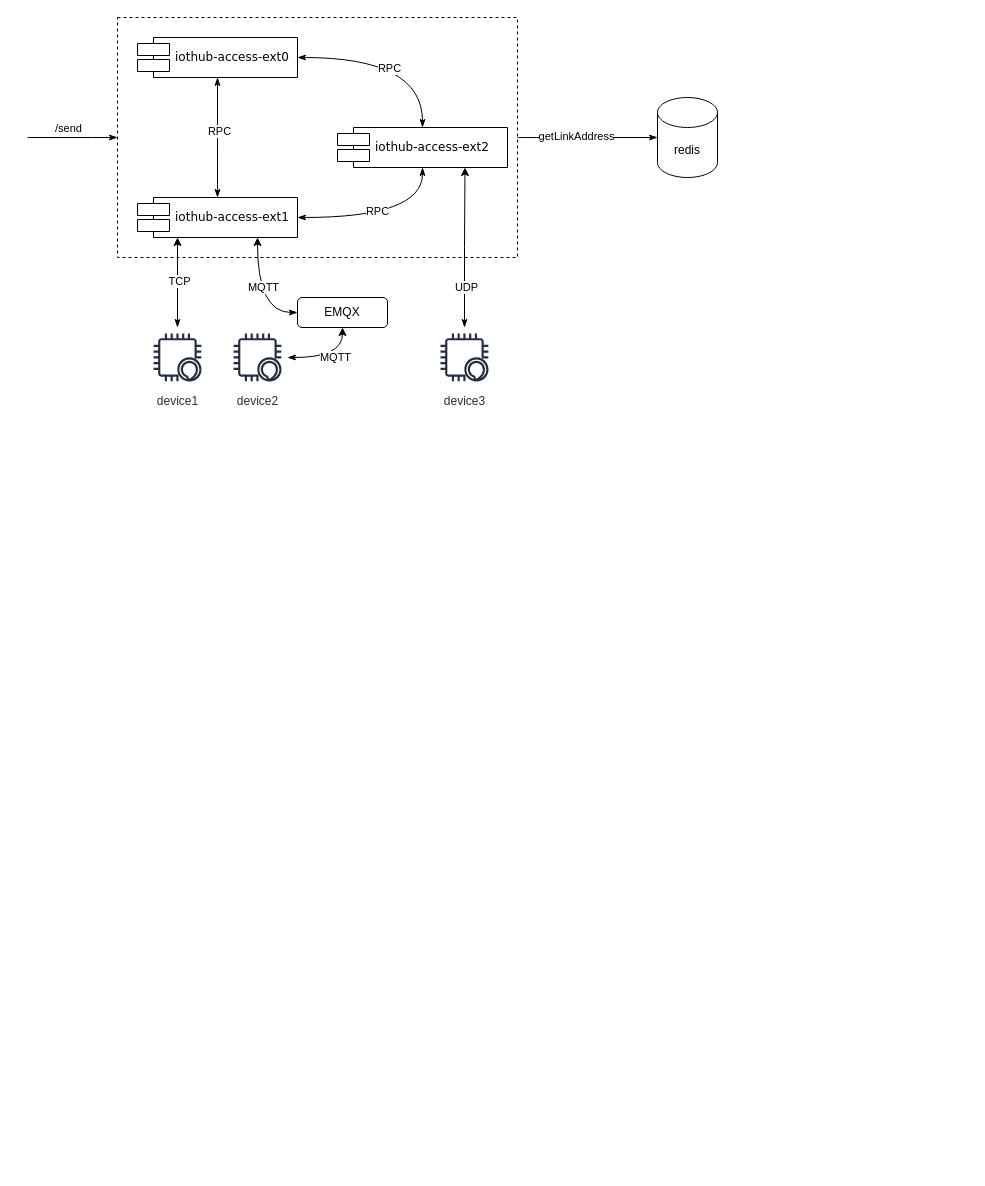
Before: root/三做实/三做实指令下发.drawio in yzzh9/yzzh9, a draw.io diagram. Source tidied: cells renumbered, new cells numbered last; positions are measured from the earlier drawing's top-left corner, leaving out a move shared by most shapes. Both pictures are drawn from the tidied source at 100%, with x=0, y=0 at pixel (27, 17).
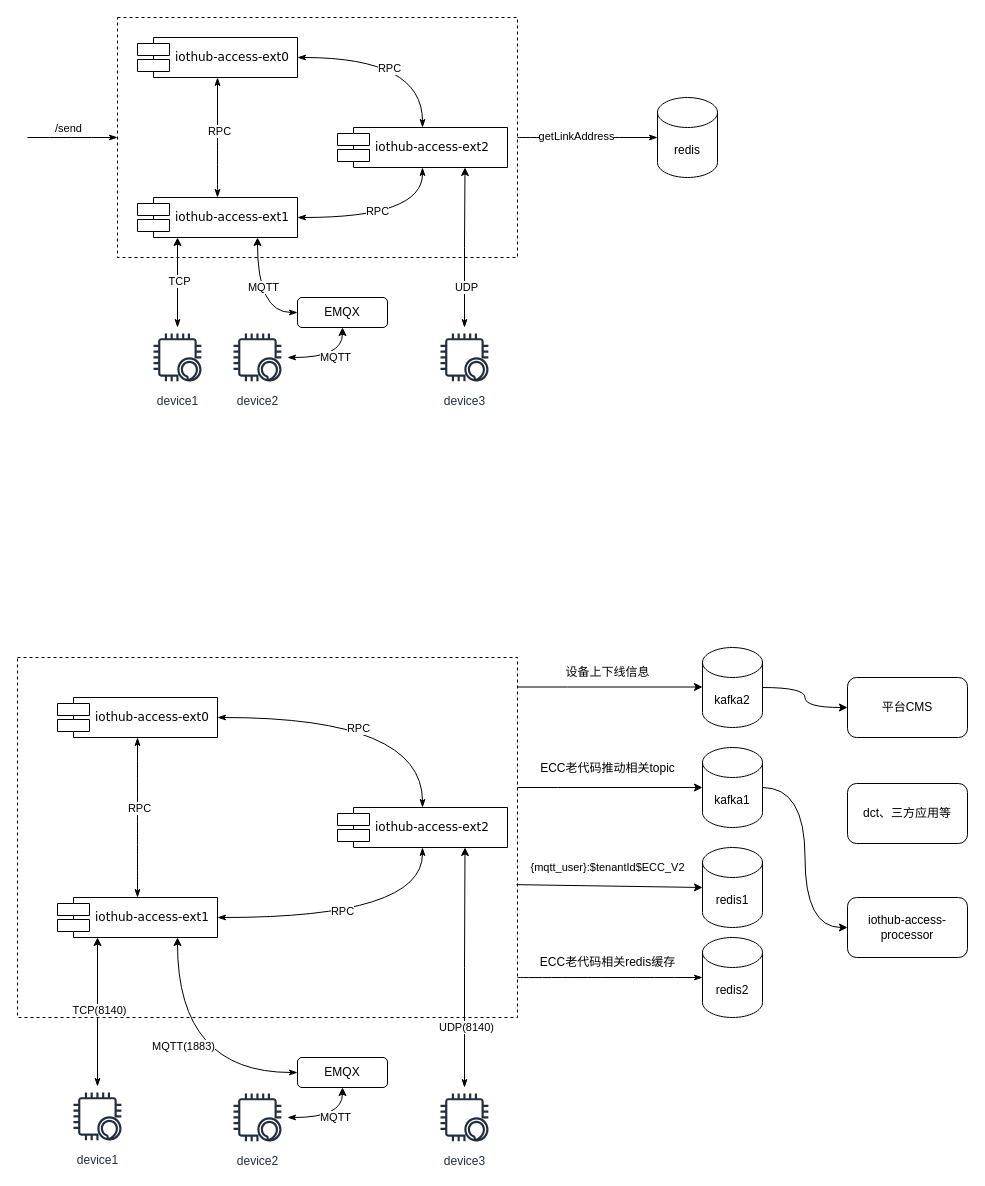
Above is the later version.

Commit message:
更新三做实.drawio

Diff of the diagram source:
```diff
@@
+    <mxCell id="30" style="edgeStyle=orthogonalEdgeStyle;curved=1;rounded=0;jettySize=auto;html=1;entryX=0;entryY=0.5;entryDx=0;entryDy=0;entryPerimeter=0;startArrow=none;startFill=0;endArrow=classicThin;endFill=1;exitX=1;exitY=0.889;exitDx=0;exitDy=0;exitPerimeter=0;" parent="1" edge="1" source="32" target="42">
+      <mxGeometry relative="1" as="geometry" />
+    </mxCell>
+    <mxCell id="31" value="&lt;div style=&quot;&quot;&gt;&lt;pre style=&quot;font-family: &amp;quot;jetbrains mono&amp;quot; , monospace ; font-size: 11.3pt&quot;&gt;&lt;span style=&quot;&quot;&gt;getLinkAddress&lt;/span&gt;&lt;/pre&gt;&lt;/div&gt;" style="edgeLabel;html=1;align=center;verticalAlign=middle;labelBackgroundColor=none;fontColor=none;noLabel=1;" parent="30" vertex="1">
+      <mxGeometry x="-0.2" relative="1" as="geometry" />
+    </mxCell>
+    <mxCell id="32" style="html=1;rounded=0;shadow=0;comic=0;labelBackgroundColor=none;strokeColor=#000000;strokeWidth=1;fillColor=none;fontFamily=Verdana;fontSize=12;fontColor=#000000;align=center;dashed=1;labelPosition=center;verticalLabelPosition=bottom;verticalAlign=top;" parent="1" vertex="1">
+      <mxGeometry x="-10" y="640" width="500" height="360" as="geometry" />
+    </mxCell>
+    <mxCell id="33" value="iothub-access-ext0" style="shape=component;align=left;spacingLeft=36;rounded=0;shadow=0;comic=0;labelBackgroundColor=none;strokeColor=#000000;strokeWidth=1;fillColor=#ffffff;fontFamily=Verdana;fontSize=12;fontColor=#000000;html=1;" parent="1" vertex="1">
+      <mxGeometry x="30" y="680" width="160" height="40" as="geometry" />
+    </mxCell>
+    <mxCell id="34" style="edgeStyle=orthogonalEdgeStyle;rounded=0;jettySize=auto;html=1;startArrow=classicThin;startFill=1;endArrow=classicThin;endFill=1;entryX=0.5;entryY=1;entryDx=0;entryDy=0;curved=1;" parent="1" edge="1" source="38" target="33">
+      <mxGeometry relative="1" as="geometry" />
+    </mxCell>
+    <mxCell id="35" value="RPC" style="edgeLabel;html=1;align=center;verticalAlign=middle;" parent="34" vertex="1">
+      <mxGeometry x="0.12" y="-1" relative="1" as="geometry" />
+    </mxCell>
+    <mxCell id="36" style="edgeStyle=orthogonalEdgeStyle;rounded=0;jettySize=auto;html=1;entryX=0.5;entryY=1;entryDx=0;entryDy=0;startArrow=classicThin;startFill=1;endArrow=classicThin;endFill=1;curved=1;" parent="1" edge="1" source="38" target="41">
+      <mxGeometry relative="1" as="geometry" />
+    </mxCell>
+    <mxCell id="37" value="RPC" style="edgeLabel;html=1;align=center;verticalAlign=middle;" parent="36" vertex="1">
+      <mxGeometry x="-0.1" y="7" relative="1" as="geometry" />
+    </mxCell>
+    <mxCell id="38" value="iothub-access-ext1" style="shape=component;align=left;spacingLeft=36;rounded=0;shadow=0;comic=0;labelBackgroundColor=none;strokeColor=#000000;strokeWidth=1;fillColor=#ffffff;fontFamily=Verdana;fontSize=12;fontColor=#000000;html=1;" parent="1" vertex="1">
+      <mxGeometry x="30" y="880" width="160" height="40" as="geometry" />
+    </mxCell>
+    <mxCell id="39" style="edgeStyle=orthogonalEdgeStyle;rounded=0;jettySize=auto;html=1;entryX=1;entryY=0.5;entryDx=0;entryDy=0;startArrow=classicThin;startFill=1;endArrow=classicThin;endFill=1;exitX=0.5;exitY=0;exitDx=0;exitDy=0;curved=1;" parent="1" edge="1" source="41" target="33">
+      <mxGeometry relative="1" as="geometry" />
+    </mxCell>
+    <mxCell id="40" value="RPC" style="edgeLabel;html=1;align=center;verticalAlign=middle;" parent="39" vertex="1">
+      <mxGeometry x="0.02" y="8" relative="1" as="geometry">
+        <mxPoint x="-5" y="2" as="offset" />
+      </mxGeometry>
+    </mxCell>
+    <mxCell id="41" value="iothub-access-ext2" style="shape=component;align=left;spacingLeft=36;rounded=0;shadow=0;comic=0;labelBackgroundColor=none;strokeColor=#000000;strokeWidth=1;fillColor=#ffffff;fontFamily=Verdana;fontSize=12;fontColor=#000000;html=1;" parent="1" vertex="1">
+      <mxGeometry x="310" y="790" width="170" height="40" as="geometry" />
+    </mxCell>
+    <mxCell id="42" value="redis2" style="shape=cylinder3;whiteSpace=wrap;html=1;boundedLbl=1;backgroundOutline=1;size=15;" parent="1" vertex="1">
+      <mxGeometry x="675" y="920" width="60" height="80" as="geometry" />
+    </mxCell>
+    <mxCell id="43" style="edgeStyle=orthogonalEdgeStyle;rounded=0;jettySize=auto;html=1;entryX=0.25;entryY=1;entryDx=0;entryDy=0;startArrow=classicThin;startFill=1;" parent="1" edge="1" source="45" target="38">
+      <mxGeometry relative="1" as="geometry" />
+    </mxCell>
+    <mxCell id="44" value="TCP(8140)" style="edgeLabel;html=1;align=center;verticalAlign=middle;" parent="43" vertex="1">
+      <mxGeometry x="0.04" y="-1" relative="1" as="geometry" />
+    </mxCell>
+    <mxCell id="45" value="device1" style="sketch=0;outlineConnect=0;fontColor=#232F3E;gradientColor=none;strokeColor=#232F3E;fillColor=#ffffff;dashed=0;verticalLabelPosition=bottom;verticalAlign=top;align=center;html=1;fontSize=12;fontStyle=0;shape=mxgraph.aws4.resourceIcon;resIcon=mxgraph.aws4.alexa_enabled_device;" parent="1" vertex="1">
+      <mxGeometry x="40" y="1069" width="60" height="60" as="geometry" />
+    </mxCell>
+    <mxCell id="46" style="edgeStyle=orthogonalEdgeStyle;rounded=0;jettySize=auto;html=1;entryX=0.5;entryY=1;entryDx=0;entryDy=0;startArrow=classicThin;startFill=1;curved=1;" parent="1" edge="1" source="48" target="54">
+      <mxGeometry relative="1" as="geometry" />
+    </mxCell>
+    <mxCell id="47" value="MQTT" style="edgeLabel;html=1;align=center;verticalAlign=middle;" parent="46" vertex="1">
+      <mxGeometry x="0.11" y="1" relative="1" as="geometry" />
+    </mxCell>
+    <mxCell id="48" value="device2" style="sketch=0;outlineConnect=0;fontColor=#232F3E;gradientColor=none;strokeColor=#232F3E;fillColor=#ffffff;dashed=0;verticalLabelPosition=bottom;verticalAlign=top;align=center;html=1;fontSize=12;fontStyle=0;shape=mxgraph.aws4.resourceIcon;resIcon=mxgraph.aws4.alexa_enabled_device;" parent="1" vertex="1">
+      <mxGeometry x="200" y="1070" width="60" height="60" as="geometry" />
+    </mxCell>
+    <mxCell id="49" style="edgeStyle=orthogonalEdgeStyle;rounded=0;jettySize=auto;html=1;entryX=0.75;entryY=1;entryDx=0;entryDy=0;startArrow=classicThin;startFill=1;" parent="1" edge="1" source="51" target="41">
+      <mxGeometry relative="1" as="geometry" />
+    </mxCell>
+    <mxCell id="50" value="UDP(8140)" style="edgeLabel;html=1;align=center;verticalAlign=middle;" parent="49" vertex="1">
+      <mxGeometry x="-0.49" y="-1" relative="1" as="geometry" />
+    </mxCell>
+    <mxCell id="51" value="device3" style="sketch=0;outlineConnect=0;fontColor=#232F3E;gradientColor=none;strokeColor=#232F3E;fillColor=#ffffff;dashed=0;verticalLabelPosition=bottom;verticalAlign=top;align=center;html=1;fontSize=12;fontStyle=0;shape=mxgraph.aws4.resourceIcon;resIcon=mxgraph.aws4.alexa_enabled_device;" parent="1" vertex="1">
+      <mxGeometry x="407" y="1070" width="60" height="60" as="geometry" />
+    </mxCell>
+    <mxCell id="52" style="edgeStyle=orthogonalEdgeStyle;rounded=0;jettySize=auto;html=1;entryX=0.75;entryY=1;entryDx=0;entryDy=0;exitX=0;exitY=0.5;exitDx=0;exitDy=0;curved=1;startArrow=classicThin;startFill=1;" parent="1" edge="1" source="54" target="38">
+      <mxGeometry relative="1" as="geometry" />
+    </mxCell>
+    <mxCell id="53" value="MQTT(1883)" style="edgeLabel;html=1;align=center;verticalAlign=middle;" parent="52" vertex="1">
+      <mxGeometry x="0.15" y="-5" relative="1" as="geometry" />
+    </mxCell>
+    <mxCell id="54" value="EMQX" style="rounded=1;whiteSpace=wrap;html=1;" parent="1" vertex="1">
+      <mxGeometry x="270" y="1040" width="90" height="30" as="geometry" />
+    </mxCell>
+    <mxCell id="55" value="redis1" style="shape=cylinder3;whiteSpace=wrap;html=1;boundedLbl=1;backgroundOutline=1;size=15;" parent="1" vertex="1">
+      <mxGeometry x="675" y="830" width="60" height="80" as="geometry" />
+    </mxCell>
+    <mxCell id="56" style="edgeStyle=orthogonalEdgeStyle;rounded=0;jettySize=auto;html=1;entryX=0;entryY=0.5;entryDx=0;entryDy=0;curved=1;" parent="1" edge="1" source="57" target="61">
+      <mxGeometry relative="1" as="geometry" />
+    </mxCell>
+    <mxCell id="57" value="kafka1" style="shape=cylinder3;whiteSpace=wrap;html=1;boundedLbl=1;backgroundOutline=1;size=15;" parent="1" vertex="1">
+      <mxGeometry x="675" y="730" width="60" height="80" as="geometry" />
+    </mxCell>
+    <mxCell id="58" style="edgeStyle=orthogonalEdgeStyle;rounded=0;jettySize=auto;html=1;entryX=0;entryY=0.5;entryDx=0;entryDy=0;curved=1;" parent="1" edge="1" source="59" target="60">
+      <mxGeometry relative="1" as="geometry" />
+    </mxCell>
+    <mxCell id="59" value="kafka2" style="shape=cylinder3;whiteSpace=wrap;html=1;boundedLbl=1;backgroundOutline=1;size=15;" parent="1" vertex="1">
+      <mxGeometry x="675" y="630" width="60" height="80" as="geometry" />
+    </mxCell>
+    <mxCell id="60" value="平台CMS" style="rounded=1;whiteSpace=wrap;html=1;" parent="1" vertex="1">
+      <mxGeometry x="820" y="660" width="120" height="60" as="geometry" />
+    </mxCell>
+    <mxCell id="61" value="iothub-access-processor" style="rounded=1;whiteSpace=wrap;html=1;" parent="1" vertex="1">
+      <mxGeometry x="820" y="880" width="120" height="60" as="geometry" />
+    </mxCell>
+    <mxCell id="62" style="rounded=0;jettySize=auto;html=1;entryX=0;entryY=0.5;entryDx=0;entryDy=0;entryPerimeter=0;exitX=0.998;exitY=0.631;exitDx=0;exitDy=0;exitPerimeter=0;" parent="1" edge="1" source="32" target="55">
+      <mxGeometry relative="1" as="geometry" />
+    </mxCell>
+    <mxCell id="63" value="{mqtt_user}:$tenantId$ECC_V2" style="edgeLabel;html=1;align=center;verticalAlign=middle;" parent="62" vertex="1">
+      <mxGeometry x="-0.01" y="-4" relative="1" as="geometry">
+        <mxPoint x="-1" y="-23" as="offset" />
+      </mxGeometry>
+    </mxCell>
+    <mxCell id="64" value="ECC老代码相关redis缓存" style="text;html=1;align=center;verticalAlign=middle;strokeColor=none;fillColor=none;" parent="1" vertex="1">
+      <mxGeometry x="500" y="930" width="160" height="30" as="geometry" />
+    </mxCell>
+    <mxCell id="65" style="edgeStyle=orthogonalEdgeStyle;rounded=0;orthogonalLoop=1;jettySize=auto;html=1;entryX=0;entryY=0.5;entryDx=0;entryDy=0;entryPerimeter=0;" parent="1" edge="1">
+      <mxGeometry relative="1" as="geometry">
+        <mxPoint x="490" y="669.5" as="sourcePoint" />
+        <mxPoint x="675" y="669.5" as="targetPoint" />
+        <Array as="points">
+          <mxPoint x="540" y="669.5" />
+          <mxPoint x="540" y="669.5" />
+        </Array>
+      </mxGeometry>
+    </mxCell>
+    <mxCell id="66" value="设备上下线信息" style="text;html=1;align=center;verticalAlign=middle;strokeColor=none;fillColor=none;" parent="1" vertex="1">
+      <mxGeometry x="525" y="640" width="110" height="30" as="geometry" />
+    </mxCell>
+    <mxCell id="67" value="dct、三方应用等" style="rounded=1;whiteSpace=wrap;html=1;" parent="1" vertex="1">
+      <mxGeometry x="820" y="766" width="120" height="60" as="geometry" />
+    </mxCell>
+    <mxCell id="68" style="edgeStyle=orthogonalEdgeStyle;rounded=0;jettySize=auto;html=1;entryX=0;entryY=0.5;entryDx=0;entryDy=0;entryPerimeter=0;" parent="1" edge="1" source="32" target="57">
+      <mxGeometry relative="1" as="geometry">
+        <Array as="points">
+          <mxPoint x="530" y="770" />
+          <mxPoint x="530" y="770" />
+        </Array>
+      </mxGeometry>
+    </mxCell>
+    <mxCell id="69" value="ECC老代码推动相关topic" style="text;html=1;align=center;verticalAlign=middle;strokeColor=none;fillColor=none;" parent="1" vertex="1">
+      <mxGeometry x="500" y="736" width="160" height="30" as="geometry" />
+    </mxCell>
```
